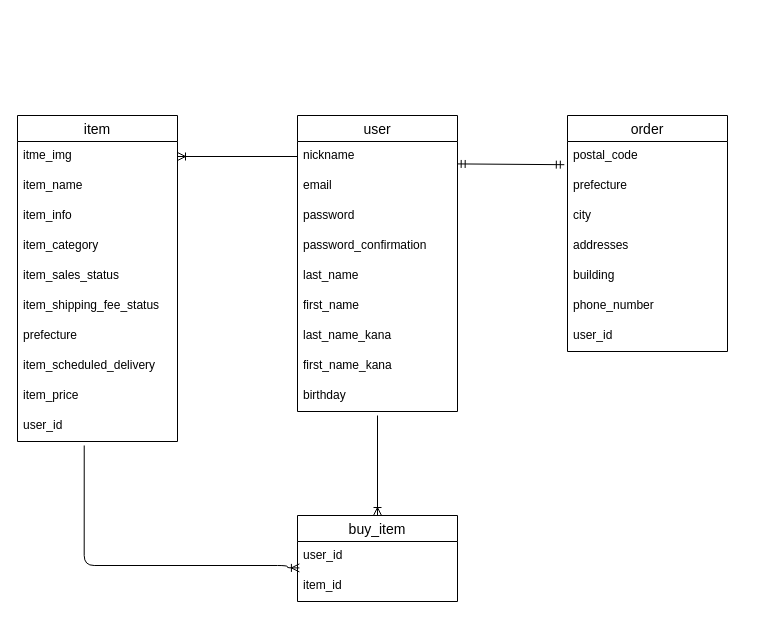
The draw.io diagram er.dio in D0lph1n25/furima-39574, before the edit. Source tidied: cells renumbered, new cells numbered last; positions are measured from the earlier drawing's top-left corner, leaving out a move shared by most shapes. Both pictures are drawn from the tidied source at 100%, with x=0, y=0 at pixel (17, 115).
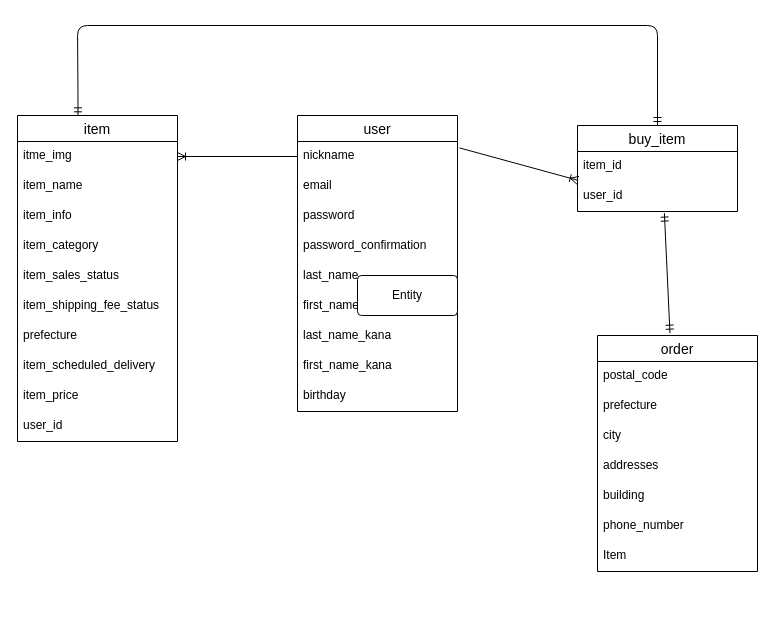
Above is the later version.

Commit message (it also covers changes not shown here):
ER図及びREADME　再々修正

Unchanged cells that the change refers to:
```xml
<mxCell id="2" value="item" style="swimlane;fontStyle=0;horizontal=1;startSize=26;align=center;fontSize=14;" parent="1" vertex="1">
  <mxGeometry width="160" height="326" as="geometry" />
</mxCell>
<mxCell id="12" value="user_id" style="text;strokeColor=none;fillColor=none;spacingLeft=4;spacingRight=4;overflow=hidden;points=[[0,0.5],[1,0.5]];portConstraint=eastwest;fontSize=12;" parent="2" vertex="1">
  <mxGeometry y="296" width="160" height="30" as="geometry" />
</mxCell>
<mxCell id="14" value="nickname" style="text;strokeColor=none;fillColor=none;spacingLeft=4;spacingRight=4;overflow=hidden;points=[[0,0.5],[1,0.5]];portConstraint=eastwest;fontSize=12;" parent="13" vertex="1">
  <mxGeometry y="26" width="160" height="30" as="geometry" />
</mxCell>
<mxCell id="24" value="postal_code" style="text;strokeColor=none;fillColor=none;spacingLeft=4;spacingRight=4;overflow=hidden;points=[[0,0.5],[1,0.5]];portConstraint=eastwest;fontSize=12;" parent="23" vertex="1">
  <mxGeometry y="26" width="160" height="30" as="geometry" />
</mxCell>
```

What changed in the source:
```diff
@@
     <mxCell id="23" value="order" style="swimlane;fontStyle=0;horizontal=1;startSize=26;align=center;fontSize=14;" parent="1" vertex="1">
-      <mxGeometry x="550" width="160" height="236" as="geometry" />
+      <mxGeometry x="580" y="220" width="160" height="236" as="geometry" />
     </mxCell>
@@
-    <mxCell id="30" value="user_id" style="text;strokeColor=none;fillColor=none;spacingLeft=4;spacingRight=4;overflow=hidden;fontSize=12;" parent="23" vertex="1">
-      <mxGeometry y="206" width="160" height="30" as="geometry" />
-    </mxCell>
+    <mxCell id="38" value="Item" style="text;strokeColor=none;fillColor=none;spacingLeft=4;spacingRight=4;overflow=hidden;fontSize=12;" parent="23" vertex="1">
+      <mxGeometry y="206" width="160" height="30" as="geometry" />
+    </mxCell>
@@
-    <mxCell id="32" style="fontSize=12;html=1;endArrow=ERmandOne;startArrow=ERmandOne;entryX=-0.02;entryY=0.773;entryDx=0;entryDy=0;entryPerimeter=0;exitX=0.998;exitY=0.747;exitDx=0;exitDy=0;exitPerimeter=0;" parent="1" edge="1" source="14" target="24">
-      <mxGeometry relative="1" as="geometry" />
-    </mxCell>
     <mxCell id="33" value="buy_item" style="swimlane;fontStyle=0;horizontal=1;startSize=26;align=center;fontSize=14;" parent="1" vertex="1">
-      <mxGeometry x="280" y="400" width="160" height="86" as="geometry" />
+      <mxGeometry x="560" y="10" width="160" height="86" as="geometry" />
     </mxCell>
+    <mxCell id="35" value="item_id" style="text;strokeColor=none;fillColor=none;spacingLeft=4;spacingRight=4;overflow=hidden;fontSize=12;" parent="33" vertex="1">
+      <mxGeometry y="26" width="160" height="30" as="geometry" />
+    </mxCell>
     <mxCell id="34" value="user_id" style="text;strokeColor=none;fillColor=none;spacingLeft=4;spacingRight=4;overflow=hidden;points=[[0,0.5],[1,0.5]];portConstraint=eastwest;fontSize=12;" parent="33" vertex="1">
-      <mxGeometry y="26" width="160" height="30" as="geometry" />
+      <mxGeometry y="56" width="160" height="30" as="geometry" />
     </mxCell>
-    <mxCell id="35" value="item_id" style="text;strokeColor=none;fillColor=none;spacingLeft=4;spacingRight=4;overflow=hidden;fontSize=12;" parent="33" vertex="1">
-      <mxGeometry y="56" width="160" height="30" as="geometry" />
-    </mxCell>
-    <mxCell id="36" style="fontSize=12;html=1;endArrow=ERoneToMany;entryX=0.5;entryY=0;entryDx=0;entryDy=0;" parent="1" edge="1" target="33">
-      <mxGeometry relative="1" as="geometry">
-        <mxPoint x="360" y="300" as="sourcePoint" />
-      </mxGeometry>
+    <mxCell id="36" style="fontSize=12;html=1;endArrow=ERoneToMany;exitX=1.012;exitY=0.213;exitDx=0;exitDy=0;exitPerimeter=0;entryX=0.003;entryY=-0.04;entryDx=0;entryDy=0;entryPerimeter=0;" parent="1" edge="1" source="14" target="34">
+      <mxGeometry relative="1" as="geometry" />
     </mxCell>
-    <mxCell id="37" style="edgeStyle=orthogonalEdgeStyle;fontSize=12;html=1;endArrow=ERoneToMany;entryX=0.012;entryY=0.88;entryDx=0;entryDy=0;entryPerimeter=0;exitX=0.417;exitY=1.133;exitDx=0;exitDy=0;exitPerimeter=0;" parent="1" edge="1" source="12" target="34">
-      <mxGeometry relative="1" as="geometry">
-        <Array as="points">
-          <mxPoint x="67" y="450" />
-          <mxPoint x="270" y="450" />
-          <mxPoint x="270" y="452" />
-        </Array>
-      </mxGeometry>
-    </mxCell>
+    <mxCell id="39" style="edgeStyle=orthogonalEdgeStyle;fontSize=12;html=1;endArrow=ERmandOne;startArrow=ERmandOne;exitX=0.378;exitY=0.001;exitDx=0;exitDy=0;exitPerimeter=0;entryX=0.5;entryY=0;entryDx=0;entryDy=0;" parent="1" edge="1" source="2" target="33">
+      <mxGeometry relative="1" as="geometry">
+        <Array as="points">
+          <mxPoint x="61" y="-20" />
+          <mxPoint x="60" y="-90" />
+          <mxPoint x="640" y="-90" />
+        </Array>
+      </mxGeometry>
+    </mxCell>
+    <mxCell id="40" style="fontSize=12;html=1;endArrow=ERmandOne;startArrow=ERmandOne;entryX=0.543;entryY=1.053;entryDx=0;entryDy=0;entryPerimeter=0;exitX=0.453;exitY=-0.01;exitDx=0;exitDy=0;exitPerimeter=0;" parent="1" edge="1" source="23" target="34">
+      <mxGeometry relative="1" as="geometry" />
+    </mxCell>
+    <mxCell id="41" value="Entity" style="rounded=1;arcSize=10;whiteSpace=wrap;html=1;align=center;" parent="1" vertex="1">
+      <mxGeometry x="340" y="160" width="100" height="40" as="geometry" />
+    </mxCell>
```
